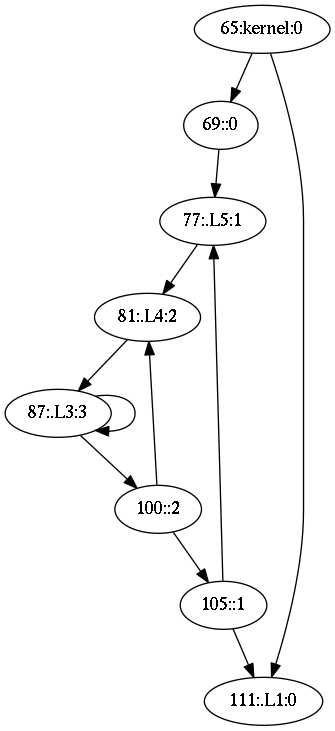
Linaro/hcqc keeps this Graphviz diagram as doc/cfg.png. Above is the earlier version. Its source is kept beside it as doc/cfg.dot. Its diagram source:
```dot
digraph CFG {
65 [label="65:kernel:0"];
69 [label="69::0"];
77 [label="77:.L5:1"];
81 [label="81:.L4:2"];
87 [label="87:.L3:3"];
100 [label="100::2"];
105 [label="105::1"];
111 [label="111:.L1:0"];
65 -> 111;
65 -> 69;
69 -> 77;
77 -> 81;
81 -> 87;
87 -> 87;
87 -> 100;
100 -> 81;
100 -> 105;
105 -> 77;
105 -> 111;
}
```
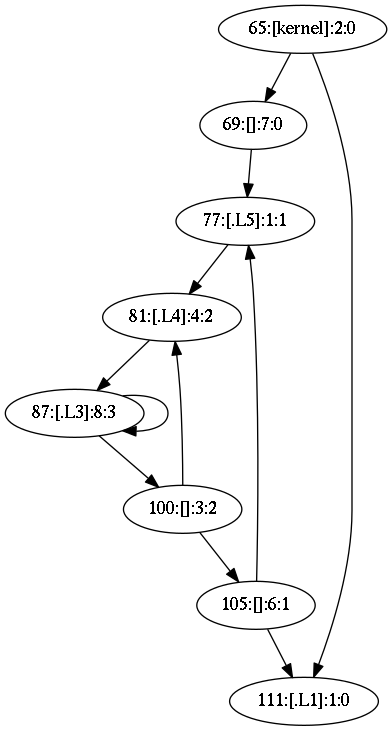
After the commit.

The edit, as a diff of the source:
```diff
@@ -1,12 +1,12 @@
 digraph CFG {
-65 [label="65:kernel:0"];
-69 [label="69::0"];
-77 [label="77:.L5:1"];
-81 [label="81:.L4:2"];
-87 [label="87:.L3:3"];
-100 [label="100::2"];
-105 [label="105::1"];
-111 [label="111:.L1:0"];
+65 [label="65:[kernel]:2:0"];
+69 [label="69:[]:7:0"];
+77 [label="77:[.L5]:1:1"];
+81 [label="81:[.L4]:4:2"];
+87 [label="87:[.L3]:8:3"];
+100 [label="100:[]:3:2"];
+105 [label="105:[]:6:1"];
+111 [label="111:[.L1]:1:0"];
 65 -> 111;
 65 -> 69;
 69 -> 77;
```
